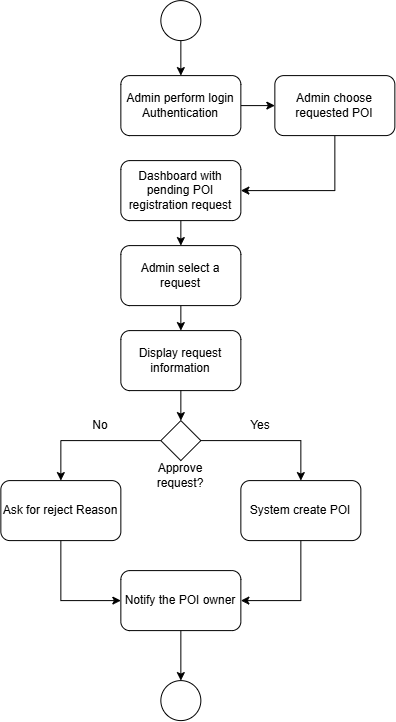
This is PRD/User story/UC10_activity.png from Noir-Goose/Nhom5_CNPM, a draw.io export, as it was before one commit. Source tidied: cells renumbered, new cells last; positions are measured from the earlier drawing's top-left corner, leaving out a move shared by most shapes.
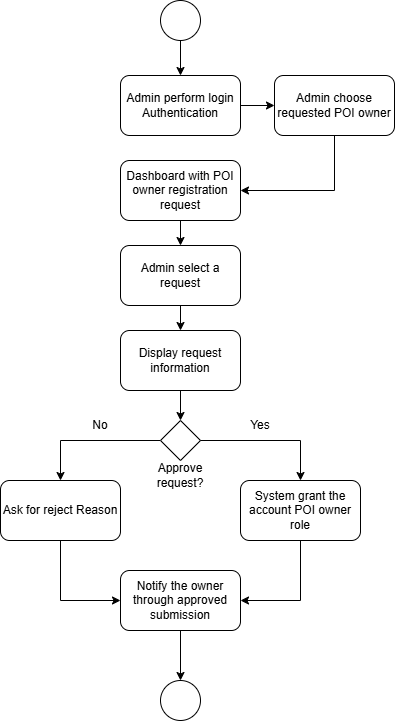
Later version of the same file.

Commit message:
Sửa lại use case 10 theo yeu cau

Diff of the diagram source:
```diff
@@ -17,7 +17,7 @@
     <mxCell id="6" style="edgeStyle=orthogonalEdgeStyle;rounded=0;jettySize=auto;html=1;exitX=0.5;exitY=1;exitDx=0;exitDy=0;entryX=0.5;entryY=0;entryDx=0;entryDy=0;" parent="1" edge="1" source="7" target="9">
       <mxGeometry relative="1" as="geometry" />
     </mxCell>
-    <mxCell id="7" value="Dashboard with pending POI registration request" style="rounded=1;whiteSpace=wrap;html=1;roundedPerimeter=1;" parent="1" vertex="1">
+    <mxCell id="7" value="Dashboard with POI owner registration request" style="rounded=1;whiteSpace=wrap;html=1;roundedPerimeter=1;" parent="1" vertex="1">
       <mxGeometry x="120" y="160" width="120" height="60" as="geometry" />
     </mxCell>
     <mxCell id="8" style="edgeStyle=orthogonalEdgeStyle;rounded=0;jettySize=auto;html=1;exitX=0.5;exitY=1;exitDx=0;exitDy=0;entryX=0.5;entryY=0;entryDx=0;entryDy=0;" parent="1" edge="1" source="9" target="11">
@@ -63,19 +63,19 @@
     <mxCell id="20" style="edgeStyle=orthogonalEdgeStyle;rounded=0;jettySize=auto;html=1;exitX=0.5;exitY=1;exitDx=0;exitDy=0;entryX=1;entryY=0.5;entryDx=0;entryDy=0;" parent="1" edge="1" source="21" target="25">
       <mxGeometry relative="1" as="geometry" />
     </mxCell>
-    <mxCell id="21" value="System create POI" style="rounded=1;whiteSpace=wrap;html=1;roundedPerimeter=1;" parent="1" vertex="1">
+    <mxCell id="21" value="System grant the account POI owner role" style="rounded=1;whiteSpace=wrap;html=1;roundedPerimeter=1;" parent="1" vertex="1">
       <mxGeometry x="240" y="480" width="120" height="60" as="geometry" />
     </mxCell>
     <mxCell id="22" style="edgeStyle=orthogonalEdgeStyle;rounded=0;jettySize=auto;html=1;exitX=0.5;exitY=1;exitDx=0;exitDy=0;entryX=1;entryY=0.5;entryDx=0;entryDy=0;" parent="1" edge="1" source="23" target="7">
       <mxGeometry x="-0.69" relative="1" as="geometry" />
     </mxCell>
-    <mxCell id="23" value="Admin choose requested POI" style="rounded=1;whiteSpace=wrap;html=1;roundedPerimeter=1;" parent="1" vertex="1">
+    <mxCell id="23" value="Admin choose requested POI owner" style="rounded=1;whiteSpace=wrap;html=1;roundedPerimeter=1;" parent="1" vertex="1">
       <mxGeometry x="274" y="75" width="120" height="60" as="geometry" />
     </mxCell>
     <mxCell id="24" style="edgeStyle=orthogonalEdgeStyle;rounded=0;jettySize=auto;html=1;exitX=0.5;exitY=1;exitDx=0;exitDy=0;entryX=0.5;entryY=0;entryDx=0;entryDy=0;" parent="1" edge="1" source="25" target="26">
       <mxGeometry relative="1" as="geometry" />
     </mxCell>
-    <mxCell id="25" value="Notify the POI owner" style="rounded=1;whiteSpace=wrap;html=1;roundedPerimeter=1;" parent="1" vertex="1">
+    <mxCell id="25" value="Notify the owner through approved submission" style="rounded=1;whiteSpace=wrap;html=1;roundedPerimeter=1;" parent="1" vertex="1">
       <mxGeometry x="120" y="570" width="120" height="60" as="geometry" />
     </mxCell>
     <mxCell id="26" style="ellipse;whiteSpace=wrap;html=1;shapeInside=1;" parent="1" vertex="1">
```
